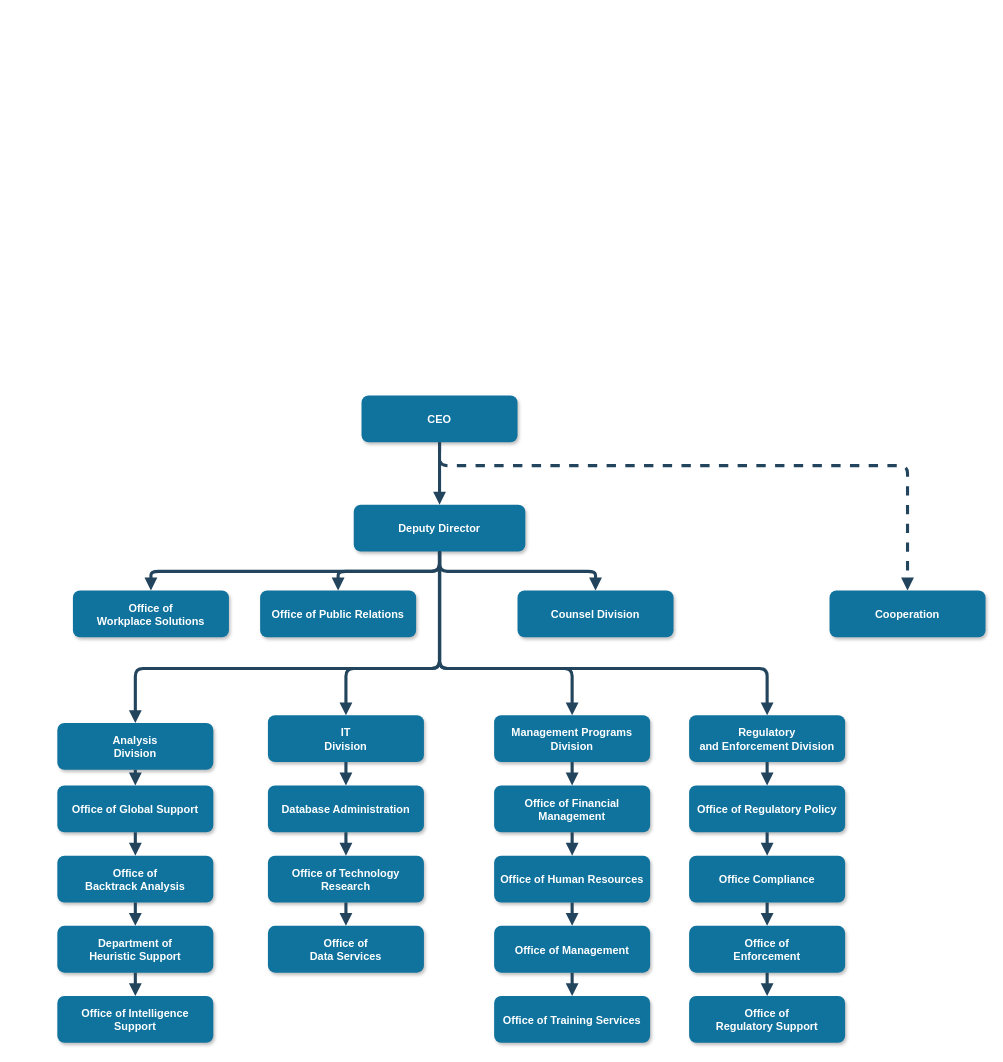
The draw.io diagram Untitled Diagram.drawio in NickyD2024/NickyD2024, before the edit. Source tidied: cells renumbered, new cells numbered last; positions are measured from the earlier drawing's top-left corner, leaving out a move shared by most shapes. Both pictures are drawn from the tidied source at 78%, with x=0, y=0 at pixel (57, 395).
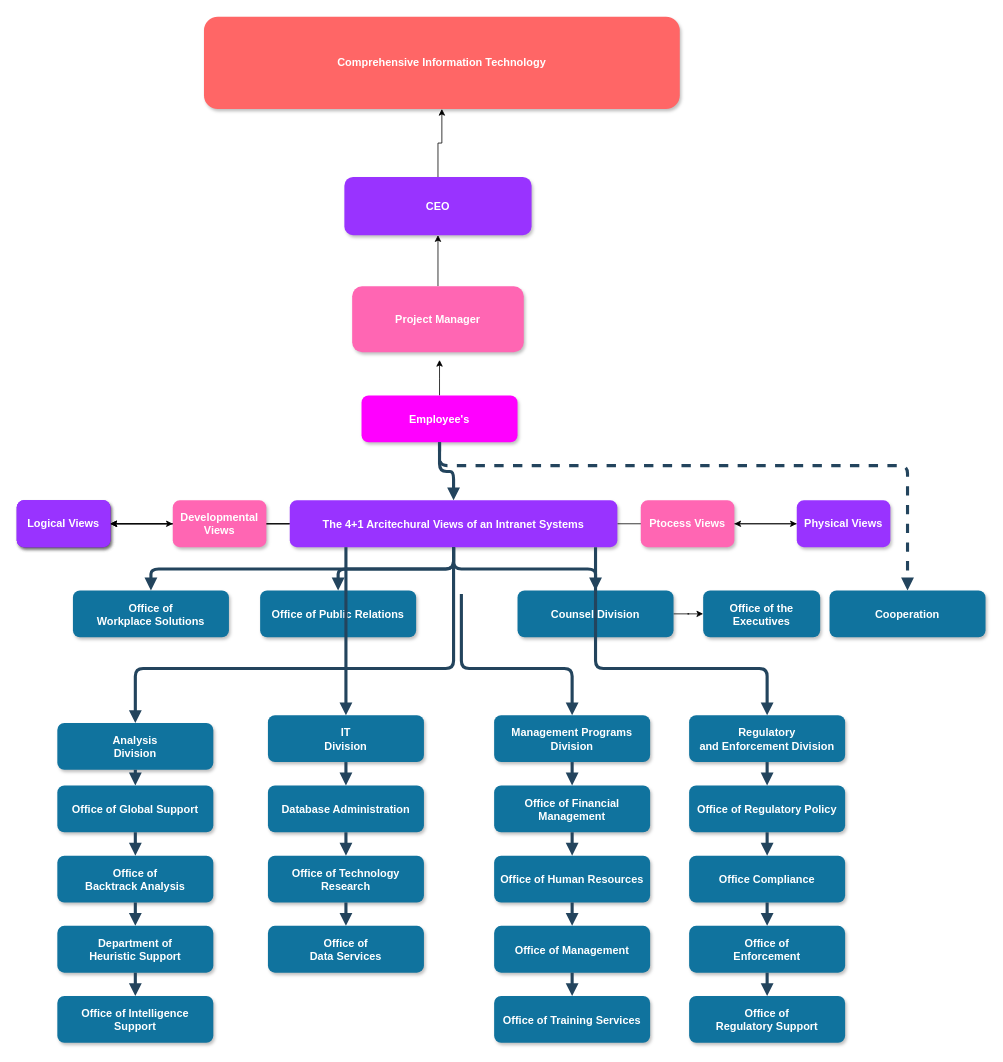
After the change.

The change refers to these unchanged cells:
```xml
<mxCell id="6" value="Counsel Division" style="rounded=1;fillColor=#10739E;strokeColor=none;shadow=1;gradientColor=none;fontStyle=1;fontColor=#FFFFFF;fontSize=14;" parent="1" vertex="1">
  <mxGeometry x="590" y="249.5" width="200" height="60" as="geometry" />
</mxCell>
<mxCell id="17" value="Management Programs &#10;Division" style="rounded=1;fillColor=#10739E;strokeColor=none;shadow=1;gradientColor=none;fontStyle=1;fontColor=#FFFFFF;fontSize=14;" parent="1" vertex="1">
  <mxGeometry x="560" y="409.5" width="200" height="60" as="geometry" />
</mxCell>
```

Change to the diagram source:
```diff
@@
+    <mxCell id="51" style="edgeStyle=orthogonalEdgeStyle;rounded=0;jettySize=auto;html=1;" parent="1" edge="1" source="2">
+      <mxGeometry relative="1" as="geometry">
+        <mxPoint x="490" y="-46" as="targetPoint" />
+      </mxGeometry>
+    </mxCell>
-    <mxCell id="2" value="CEO" style="rounded=1;fillColor=#10739E;strokeColor=none;shadow=1;gradientColor=none;fontStyle=1;fontColor=#FFFFFF;fontSize=14;" parent="1" vertex="1">
+    <mxCell id="2" value="Employee's" style="rounded=1;fillColor=#FF00FF;strokeColor=none;shadow=1;gradientColor=none;fontStyle=1;fontColor=#FFFFFF;fontSize=14;" parent="1" vertex="1">
       <mxGeometry x="390" y="-0.5" width="200" height="60" as="geometry" />
     </mxCell>
+    <mxCell id="52" style="edgeStyle=orthogonalEdgeStyle;rounded=0;jettySize=auto;html=1;" parent="1" edge="1" source="3" target="64">
+      <mxGeometry relative="1" as="geometry" />
+    </mxCell>
+    <mxCell id="53" style="edgeStyle=orthogonalEdgeStyle;rounded=0;jettySize=auto;html=1;" parent="1" edge="1" source="3" target="66">
+      <mxGeometry relative="1" as="geometry" />
+    </mxCell>
+    <mxCell id="54" style="edgeStyle=orthogonalEdgeStyle;rounded=0;jettySize=auto;html=1;" parent="1" edge="1" source="3" target="67">
+      <mxGeometry relative="1" as="geometry" />
+    </mxCell>
+    <mxCell id="55" style="edgeStyle=orthogonalEdgeStyle;rounded=0;jettySize=auto;html=1;" parent="1" edge="1" source="3" target="69">
+      <mxGeometry relative="1" as="geometry" />
+    </mxCell>
-    <mxCell id="3" value="Deputy Director" style="rounded=1;fillColor=#10739E;strokeColor=none;shadow=1;gradientColor=none;fontStyle=1;fontColor=#FFFFFF;fontSize=14;" parent="1" vertex="1">
-      <mxGeometry x="380" y="139.5" width="220" height="60" as="geometry" />
+    <mxCell id="3" value="The 4+1 Arcitechural Views of an Intranet Systems" style="rounded=1;fillColor=#9933FF;strokeColor=none;shadow=1;gradientColor=none;fontStyle=1;fontColor=#FFFFFF;fontSize=14;" parent="1" vertex="1">
+      <mxGeometry x="298" y="134" width="420" height="60" as="geometry" />
     </mxCell>
@@
+    <mxCell id="56" style="edgeStyle=orthogonalEdgeStyle;rounded=0;jettySize=auto;html=1;" parent="1" edge="1" source="6" target="62">
+      <mxGeometry relative="1" as="geometry" />
+    </mxCell>
@@
-    <mxCell id="50" style="edgeStyle=elbowEdgeStyle;elbow=vertical;strokeWidth=4;endArrow=block;endFill=1;fontStyle=1;strokeColor=#23445D;" parent="1" edge="1" source="3" target="17">
+    <mxCell id="50" style="edgeStyle=elbowEdgeStyle;elbow=vertical;strokeWidth=4;endArrow=block;endFill=1;fontStyle=1;strokeColor=#23445D;" parent="1" edge="1" target="17">
       <mxGeometry x="22" y="165.5" as="geometry">
+        <mxPoint x="518" y="254" as="sourcePoint" />
         <Array as="points">
           <mxPoint x="660" y="349.5" />
         </Array>
       </mxGeometry>
     </mxCell>
+    <mxCell id="57" style="edgeStyle=orthogonalEdgeStyle;rounded=0;jettySize=auto;html=1;" parent="1" edge="1" source="58" target="61">
+      <mxGeometry relative="1" as="geometry" />
+    </mxCell>
+    <mxCell id="58" value="Project Manager" style="whiteSpace=wrap;html=1;fontSize=14;fillColor=#FF66B3;strokeColor=none;fontColor=#FFFFFF;rounded=1;shadow=1;gradientColor=none;fontStyle=1;" parent="1" vertex="1">
+      <mxGeometry x="378" y="-140.5" width="220" height="84.5" as="geometry" />
+    </mxCell>
+    <mxCell id="59" style="edgeStyle=elbowEdgeStyle;elbow=vertical;strokeWidth=4;endArrow=block;endFill=1;fontStyle=1;strokeColor=#23445D;" parent="1" edge="1" source="3">
+      <mxGeometry x="22" y="165.5" as="geometry">
+        <mxPoint x="518" y="194" as="targetPoint" />
+      </mxGeometry>
+    </mxCell>
+    <mxCell id="60" style="edgeStyle=orthogonalEdgeStyle;rounded=0;jettySize=auto;html=1;" parent="1" edge="1" source="61" target="71">
+      <mxGeometry relative="1" as="geometry" />
+    </mxCell>
+    <mxCell id="61" value="CEO" style="whiteSpace=wrap;html=1;fontSize=14;fillColor=#9933FF;strokeColor=none;fontColor=#FFFFFF;rounded=1;shadow=1;gradientColor=none;fontStyle=1;" parent="1" vertex="1">
+      <mxGeometry x="368" y="-280.5" width="240" height="74.5" as="geometry" />
+    </mxCell>
+    <mxCell id="62" value="Office of the Executives" style="whiteSpace=wrap;html=1;fontSize=14;fillColor=#10739E;strokeColor=none;fontColor=#FFFFFF;rounded=1;shadow=1;gradientColor=none;fontStyle=1;" parent="1" vertex="1">
+      <mxGeometry x="828" y="249.5" width="150" height="60" as="geometry" />
+    </mxCell>
+    <mxCell id="63" style="edgeStyle=orthogonalEdgeStyle;rounded=0;jettySize=auto;html=1;" parent="1" edge="1" source="64" target="65">
+      <mxGeometry relative="1" as="geometry" />
+    </mxCell>
+    <mxCell id="64" value="Physical Views" style="whiteSpace=wrap;html=1;fontSize=14;fillColor=#9933FF;strokeColor=none;fontColor=#FFFFFF;rounded=1;shadow=1;gradientColor=none;fontStyle=1;" parent="1" vertex="1">
+      <mxGeometry x="948" y="134" width="120" height="60" as="geometry" />
+    </mxCell>
+    <mxCell id="65" value="Ptocess Views" style="whiteSpace=wrap;html=1;fontSize=14;fillColor=#FF66B3;strokeColor=none;fontColor=#FFFFFF;rounded=1;shadow=1;gradientColor=none;fontStyle=1;" parent="1" vertex="1">
+      <mxGeometry x="748" y="134" width="120" height="60" as="geometry" />
+    </mxCell>
+    <mxCell id="66" style="whiteSpace=wrap;html=1;fontSize=14;fillColor=#9933FF;strokeColor=none;fontColor=#FFFFFF;rounded=1;shadow=1;gradientColor=none;fontStyle=1;" parent="1" vertex="1">
+      <mxGeometry x="-52" y="134" width="120" height="60" as="geometry" />
+    </mxCell>
+    <mxCell id="67" style="whiteSpace=wrap;html=1;fontSize=14;fillColor=#9933FF;strokeColor=none;fontColor=#FFFFFF;rounded=1;shadow=1;gradientColor=none;fontStyle=1;" parent="1" vertex="1">
+      <mxGeometry x="-52" y="134" width="120" height="60" as="geometry" />
+    </mxCell>
+    <mxCell id="68" style="edgeStyle=orthogonalEdgeStyle;rounded=0;jettySize=auto;html=1;" parent="1" edge="1" source="69" target="70">
+      <mxGeometry relative="1" as="geometry" />
+    </mxCell>
+    <mxCell id="69" value="Logical Views" style="whiteSpace=wrap;html=1;fontSize=14;fillColor=#9933FF;strokeColor=none;fontColor=#FFFFFF;rounded=1;shadow=1;gradientColor=none;fontStyle=1;" parent="1" vertex="1">
+      <mxGeometry x="-52" y="134" width="120" height="60" as="geometry" />
+    </mxCell>
+    <mxCell id="70" value="Developmental Views" style="whiteSpace=wrap;html=1;fontSize=14;fillColor=#FF66B3;strokeColor=none;fontColor=#FFFFFF;rounded=1;shadow=1;gradientColor=none;fontStyle=1;" parent="1" vertex="1">
+      <mxGeometry x="148" y="134" width="120" height="60" as="geometry" />
+    </mxCell>
+    <mxCell id="71" value="Comprehensive Information Technology" style="whiteSpace=wrap;html=1;fontSize=14;fillColor=#FF6666;strokeColor=none;fontColor=#FFFFFF;rounded=1;shadow=1;gradientColor=none;fontStyle=1;" parent="1" vertex="1">
+      <mxGeometry x="188" y="-486" width="610" height="118.2" as="geometry" />
+    </mxCell>
```
